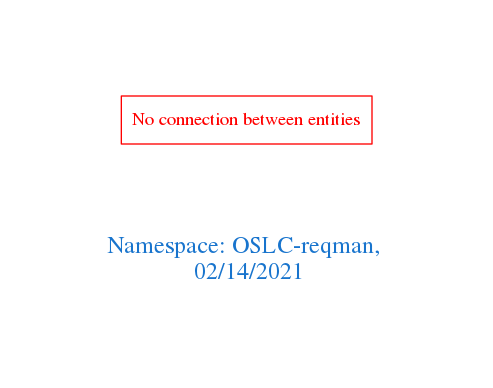
Above: downloads/OSLC-reqman.png in arago/OGIT (Graphviz), before the change. Its source is kept beside it as downloads/OSLC-reqman.dot.
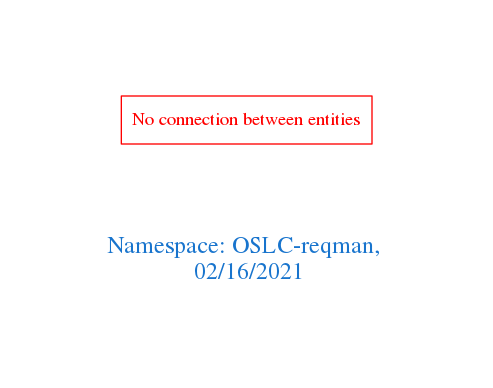
The same diagram one commit later.

Diff of the diagram source:
```diff
@@ -1,7 +1,7 @@
 digraph OGIT_ontology {
  graph [ rankdir= LR,pad=1
 fontsize = 18,
-fontcolor= dodgerblue3,label = "\n\n\nNamespace: OSLC-reqman, \n 02/14/2021"];
+fontcolor= dodgerblue3,label = "\n\n\nNamespace: OSLC-reqman, \n 02/16/2021"];
 node[shape=polygon];
 edge [  color="gray81"];
 
```
